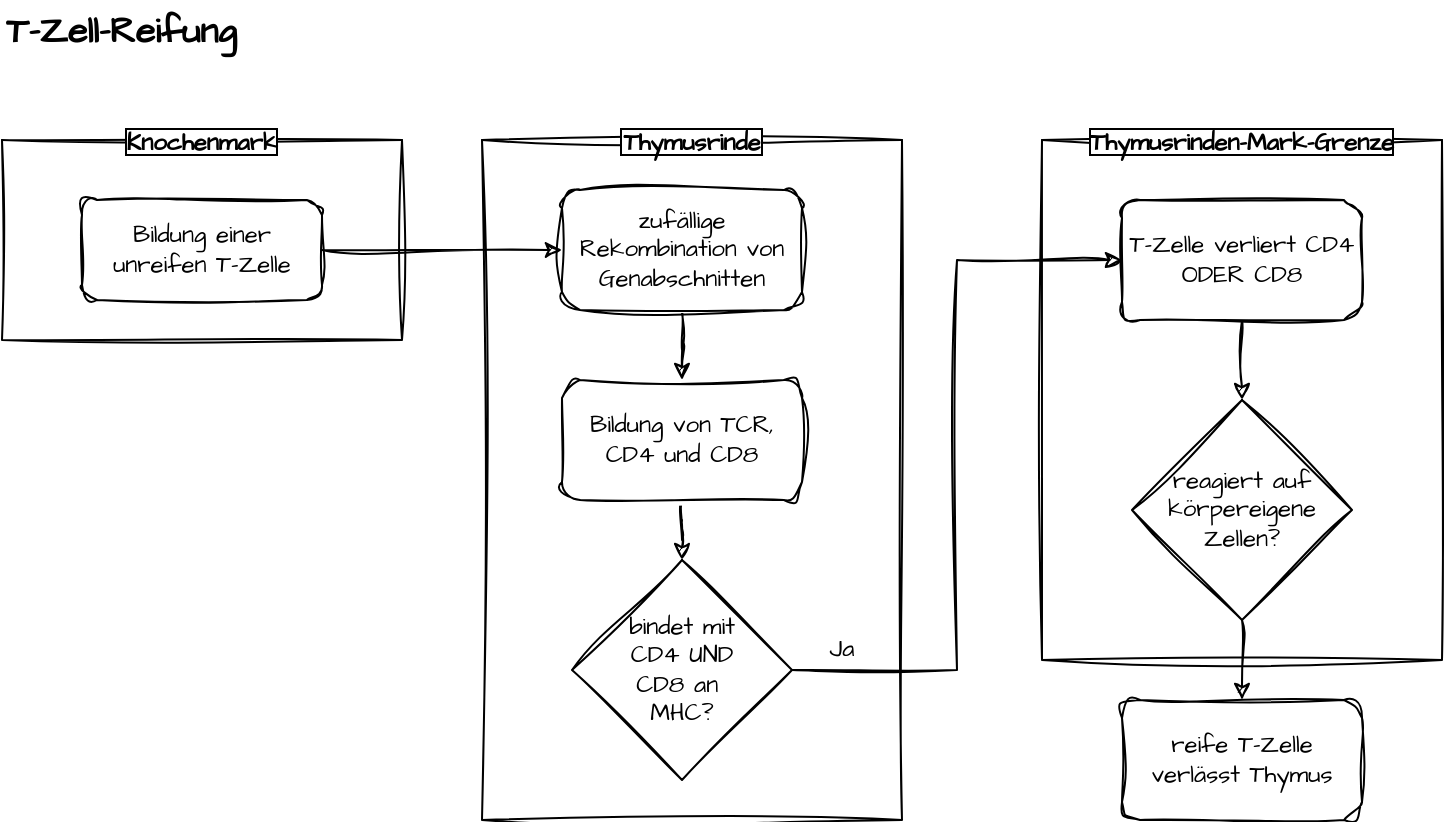
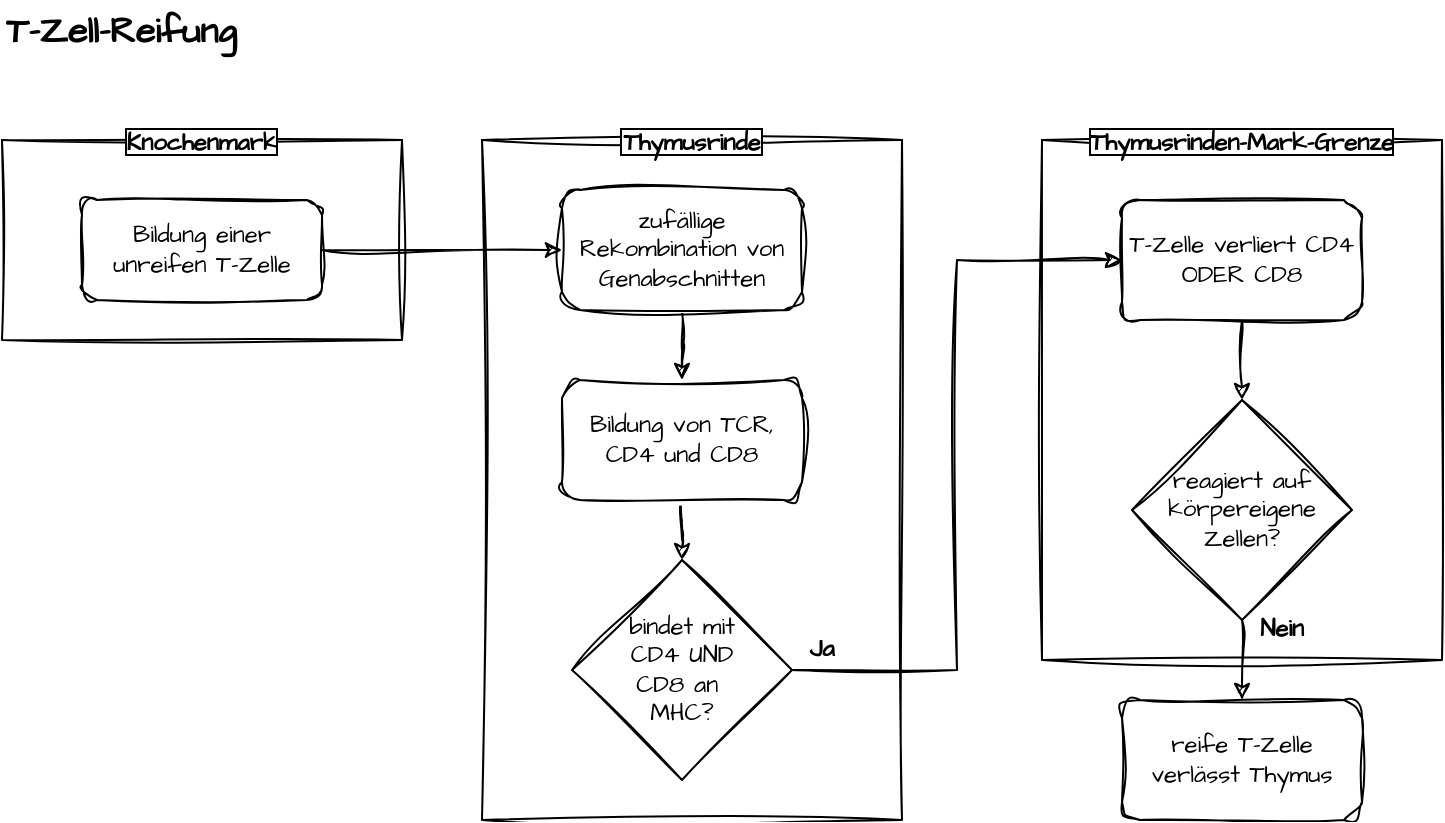
<mxfile host="app.diagrams.net">
  <diagram id="C5RBs43oDa-KdzZeNtuy" name="Page-1">
-     <mxGraphModel dx="1014" dy="629" grid="1" gridSize="10" guides="1" tooltips="1" connect="1" arrows="1" fold="1" page="1" pageScale="1" pageWidth="827" pageHeight="1169" math="0" shadow="0">
+     <mxGraphModel dx="845" dy="524" grid="1" gridSize="10" guides="1" tooltips="1" connect="1" arrows="1" fold="1" page="1" pageScale="1" pageWidth="827" pageHeight="1169" math="0" shadow="0">
      <root>
        <mxCell id="WIyWlLk6GJQsqaUBKTNV-0" />
        <mxCell id="WIyWlLk6GJQsqaUBKTNV-1" parent="WIyWlLk6GJQsqaUBKTNV-0" />
        <mxCell id="0y22p1n6dgOg2PWJ4gCL-2" parent="WIyWlLk6GJQsqaUBKTNV-1" style="swimlane;startSize=0;sketch=1;hachureGap=4;jiggle=2;curveFitting=1;fontFamily=Architects Daughter;fontSource=https%3A%2F%2Ffonts.googleapis.com%2Fcss%3Ffamily%3DArchitects%2BDaughter;labelBackgroundColor=#FFFFFF;labelBorderColor=default;" value="Thymusrinde" vertex="1">
          <mxGeometry height="340" width="210" x="280" y="90" as="geometry">
            <mxRectangle height="40" width="50" x="270" y="170" as="alternateBounds" />
          </mxGeometry>
        </mxCell>
        <mxCell id="0y22p1n6dgOg2PWJ4gCL-10" edge="1" parent="0y22p1n6dgOg2PWJ4gCL-2" source="0y22p1n6dgOg2PWJ4gCL-1" style="edgeStyle=orthogonalEdgeStyle;rounded=0;sketch=1;hachureGap=4;jiggle=2;curveFitting=1;orthogonalLoop=1;jettySize=auto;html=1;entryX=0.5;entryY=0;entryDx=0;entryDy=0;fontFamily=Architects Daughter;fontSource=https%3A%2F%2Ffonts.googleapis.com%2Fcss%3Ffamily%3DArchitects%2BDaughter;" target="0y22p1n6dgOg2PWJ4gCL-9">
          <mxGeometry relative="1" as="geometry" />
        </mxCell>
        <mxCell id="0y22p1n6dgOg2PWJ4gCL-1" parent="0y22p1n6dgOg2PWJ4gCL-2" style="rounded=1;whiteSpace=wrap;html=1;sketch=1;hachureGap=4;jiggle=2;curveFitting=1;fontFamily=Architects Daughter;fontSource=https%3A%2F%2Ffonts.googleapis.com%2Fcss%3Ffamily%3DArchitects%2BDaughter;" value="&lt;div&gt;zufällige Rekombination von Genabschnitten&lt;/div&gt;" vertex="1">
          <mxGeometry height="60" width="120" x="40" y="25" as="geometry" />
        </mxCell>
        <mxCell id="0y22p1n6dgOg2PWJ4gCL-14" edge="1" parent="0y22p1n6dgOg2PWJ4gCL-2" source="0y22p1n6dgOg2PWJ4gCL-9" style="edgeStyle=orthogonalEdgeStyle;rounded=0;sketch=1;hachureGap=4;jiggle=2;curveFitting=1;orthogonalLoop=1;jettySize=auto;html=1;entryX=0.5;entryY=0;entryDx=0;entryDy=0;fontFamily=Architects Daughter;fontSource=https%3A%2F%2Ffonts.googleapis.com%2Fcss%3Ffamily%3DArchitects%2BDaughter;" target="0y22p1n6dgOg2PWJ4gCL-13">
          <mxGeometry relative="1" as="geometry" />
        </mxCell>
        <mxCell id="0y22p1n6dgOg2PWJ4gCL-9" parent="0y22p1n6dgOg2PWJ4gCL-2" style="rounded=1;whiteSpace=wrap;html=1;sketch=1;hachureGap=4;jiggle=2;curveFitting=1;fontFamily=Architects Daughter;fontSource=https://fonts.googleapis.com/css?family=Architects+Daughter;" value="Bildung von TCR, CD4 und CD8" vertex="1">
          <mxGeometry height="60" width="120" x="40" y="120" as="geometry" />
        </mxCell>
        <mxCell id="0y22p1n6dgOg2PWJ4gCL-13" parent="0y22p1n6dgOg2PWJ4gCL-2" style="rhombus;whiteSpace=wrap;html=1;sketch=1;hachureGap=4;jiggle=2;curveFitting=1;fontFamily=Architects Daughter;fontSource=https%3A%2F%2Ffonts.googleapis.com%2Fcss%3Ffamily%3DArchitects%2BDaughter;" value="bindet mit&lt;br&gt;CD4 UND&lt;br&gt;CD8 an&amp;nbsp;&lt;br&gt;MHC?" vertex="1">
          <mxGeometry height="110" width="110" x="45" y="210" as="geometry" />
        </mxCell>
-         <mxCell id="0y22p1n6dgOg2PWJ4gCL-24" parent="0y22p1n6dgOg2PWJ4gCL-2" style="text;html=1;whiteSpace=wrap;strokeColor=none;fillColor=none;align=center;verticalAlign=middle;rounded=0;fontFamily=Architects Daughter;fontSource=https%3A%2F%2Ffonts.googleapis.com%2Fcss%3Ffamily%3DArchitects%2BDaughter;" value="Ja" vertex="1">
-           <mxGeometry height="30" width="60" x="150" y="240" as="geometry" />
+         <mxCell id="0y22p1n6dgOg2PWJ4gCL-24" parent="0y22p1n6dgOg2PWJ4gCL-2" style="text;html=1;whiteSpace=wrap;strokeColor=none;fillColor=none;align=center;verticalAlign=middle;rounded=0;fontFamily=Architects Daughter;fontSource=https%3A%2F%2Ffonts.googleapis.com%2Fcss%3Ffamily%3DArchitects%2BDaughter;fontStyle=1" value="Ja" vertex="1">
+           <mxGeometry height="30" width="60" x="140" y="240" as="geometry" />
        </mxCell>
        <mxCell id="0y22p1n6dgOg2PWJ4gCL-4" parent="WIyWlLk6GJQsqaUBKTNV-1" style="swimlane;startSize=0;sketch=1;hachureGap=4;jiggle=2;curveFitting=1;fontFamily=Architects Daughter;fontSource=https://fonts.googleapis.com/css?family=Architects+Daughter;labelBackgroundColor=#FFFFFF;labelBorderColor=default;" value="Knochenmark" vertex="1">
          <mxGeometry height="100" width="200" x="40" y="90" as="geometry">
            <mxRectangle height="40" width="50" x="270" y="170" as="alternateBounds" />
          </mxGeometry>
        </mxCell>
        <mxCell id="0y22p1n6dgOg2PWJ4gCL-5" parent="0y22p1n6dgOg2PWJ4gCL-4" style="rounded=1;whiteSpace=wrap;html=1;sketch=1;hachureGap=4;jiggle=2;curveFitting=1;fontFamily=Architects Daughter;fontSource=https://fonts.googleapis.com/css?family=Architects+Daughter;" value="Bildung einer unreifen T-Zelle" vertex="1">
          <mxGeometry height="50" width="120" x="40" y="30" as="geometry" />
        </mxCell>
        <mxCell id="0y22p1n6dgOg2PWJ4gCL-15" parent="WIyWlLk6GJQsqaUBKTNV-1" style="swimlane;startSize=0;sketch=1;hachureGap=4;jiggle=2;curveFitting=1;fontFamily=Architects Daughter;fontSource=https://fonts.googleapis.com/css?family=Architects+Daughter;labelBackgroundColor=#FFFFFF;labelBorderColor=default;" value="Thymusrinden-Mark-Grenze" vertex="1">
          <mxGeometry height="260" width="200" x="560" y="90" as="geometry">
            <mxRectangle height="40" width="50" x="270" y="170" as="alternateBounds" />
          </mxGeometry>
        </mxCell>
        <mxCell id="0y22p1n6dgOg2PWJ4gCL-23" edge="1" parent="0y22p1n6dgOg2PWJ4gCL-15" source="0y22p1n6dgOg2PWJ4gCL-17" style="edgeStyle=orthogonalEdgeStyle;rounded=0;sketch=1;hachureGap=4;jiggle=2;curveFitting=1;orthogonalLoop=1;jettySize=auto;html=1;fontFamily=Architects Daughter;fontSource=https%3A%2F%2Ffonts.googleapis.com%2Fcss%3Ffamily%3DArchitects%2BDaughter;" target="0y22p1n6dgOg2PWJ4gCL-20">
          <mxGeometry relative="1" as="geometry" />
        </mxCell>
        <mxCell id="0y22p1n6dgOg2PWJ4gCL-17" parent="0y22p1n6dgOg2PWJ4gCL-15" style="rounded=1;whiteSpace=wrap;html=1;sketch=1;hachureGap=4;jiggle=2;curveFitting=1;fontFamily=Architects Daughter;fontSource=https://fonts.googleapis.com/css?family=Architects+Daughter;" value="T-Zelle verliert CD4 ODER CD8" vertex="1">
          <mxGeometry height="60" width="120" x="40" y="30" as="geometry" />
        </mxCell>
        <mxCell id="0y22p1n6dgOg2PWJ4gCL-20" parent="0y22p1n6dgOg2PWJ4gCL-15" style="rhombus;whiteSpace=wrap;html=1;sketch=1;hachureGap=4;jiggle=2;curveFitting=1;fontFamily=Architects Daughter;fontSource=https://fonts.googleapis.com/css?family=Architects+Daughter;" value="reagiert auf körpereigene&lt;br&gt;Zellen?" vertex="1">
          <mxGeometry height="110" width="110" x="45" y="130" as="geometry" />
        </mxCell>
+         <mxCell id="0y22p1n6dgOg2PWJ4gCL-28" parent="0y22p1n6dgOg2PWJ4gCL-15" style="text;html=1;whiteSpace=wrap;strokeColor=none;fillColor=none;align=center;verticalAlign=middle;rounded=0;fontFamily=Architects Daughter;fontSource=https%3A%2F%2Ffonts.googleapis.com%2Fcss%3Ffamily%3DArchitects%2BDaughter;" value="&lt;b&gt;Nein&lt;/b&gt;" vertex="1">
+           <mxGeometry height="30" width="60" x="90" y="230" as="geometry" />
+         </mxCell>
        <mxCell id="0y22p1n6dgOg2PWJ4gCL-21" edge="1" parent="WIyWlLk6GJQsqaUBKTNV-1" source="0y22p1n6dgOg2PWJ4gCL-5" style="edgeStyle=orthogonalEdgeStyle;rounded=0;sketch=1;hachureGap=4;jiggle=2;curveFitting=1;orthogonalLoop=1;jettySize=auto;html=1;entryX=0;entryY=0.5;entryDx=0;entryDy=0;fontFamily=Architects Daughter;fontSource=https%3A%2F%2Ffonts.googleapis.com%2Fcss%3Ffamily%3DArchitects%2BDaughter;" target="0y22p1n6dgOg2PWJ4gCL-1">
          <mxGeometry relative="1" as="geometry" />
        </mxCell>
        <mxCell id="0y22p1n6dgOg2PWJ4gCL-22" edge="1" parent="WIyWlLk6GJQsqaUBKTNV-1" source="0y22p1n6dgOg2PWJ4gCL-13" style="edgeStyle=orthogonalEdgeStyle;rounded=0;sketch=1;hachureGap=4;jiggle=2;curveFitting=1;orthogonalLoop=1;jettySize=auto;html=1;entryX=0;entryY=0.5;entryDx=0;entryDy=0;fontFamily=Architects Daughter;fontSource=https%3A%2F%2Ffonts.googleapis.com%2Fcss%3Ffamily%3DArchitects%2BDaughter;" target="0y22p1n6dgOg2PWJ4gCL-17">
          <mxGeometry relative="1" as="geometry" />
        </mxCell>
        <mxCell id="0y22p1n6dgOg2PWJ4gCL-25" parent="WIyWlLk6GJQsqaUBKTNV-1" style="rounded=1;whiteSpace=wrap;html=1;sketch=1;hachureGap=4;jiggle=2;curveFitting=1;fontFamily=Architects Daughter;fontSource=https%3A%2F%2Ffonts.googleapis.com%2Fcss%3Ffamily%3DArchitects%2BDaughter;" value="reife T-Zelle verlässt Thymus" vertex="1">
          <mxGeometry height="60" width="120" x="600" y="370" as="geometry" />
        </mxCell>
        <mxCell id="0y22p1n6dgOg2PWJ4gCL-26" edge="1" parent="WIyWlLk6GJQsqaUBKTNV-1" source="0y22p1n6dgOg2PWJ4gCL-20" style="edgeStyle=orthogonalEdgeStyle;rounded=0;sketch=1;hachureGap=4;jiggle=2;curveFitting=1;orthogonalLoop=1;jettySize=auto;html=1;exitX=0.5;exitY=1;exitDx=0;exitDy=0;entryX=0.5;entryY=0;entryDx=0;entryDy=0;fontFamily=Architects Daughter;fontSource=https%3A%2F%2Ffonts.googleapis.com%2Fcss%3Ffamily%3DArchitects%2BDaughter;" target="0y22p1n6dgOg2PWJ4gCL-25">
          <mxGeometry relative="1" as="geometry" />
        </mxCell>
        <mxCell id="0y22p1n6dgOg2PWJ4gCL-27" parent="WIyWlLk6GJQsqaUBKTNV-1" style="text;html=1;whiteSpace=wrap;strokeColor=none;fillColor=none;align=left;verticalAlign=middle;rounded=0;fontFamily=Architects Daughter;fontSource=https%3A%2F%2Ffonts.googleapis.com%2Fcss%3Ffamily%3DArchitects%2BDaughter;fontStyle=1;fontSize=18;" value="T-Zell-Reifung" vertex="1">
          <mxGeometry height="30" width="140" x="40" y="20" as="geometry" />
        </mxCell>
      </root>
    </mxGraphModel>
  </diagram>
</mxfile>
